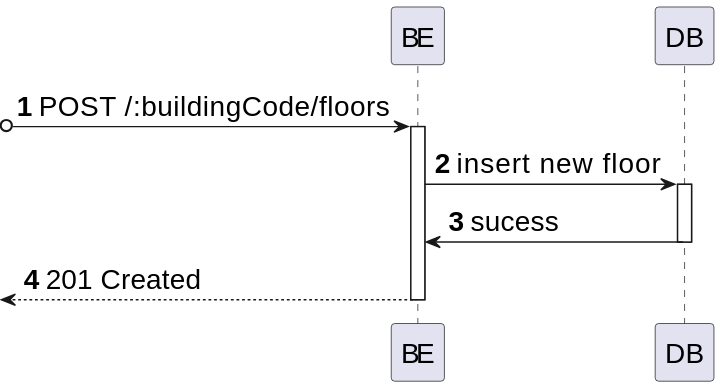
miseEnPlace-dev/lapr5 keeps this PlantUML diagram as _wiki/sprint-a/us05-190/views/level-3/assets/process-view.svg. Above is the earlier version.
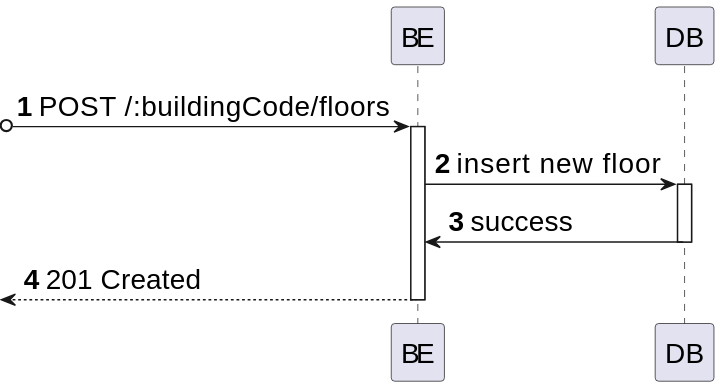
Above is the later version.

What changed in the source:
```diff
@@ -10,7 +10,7 @@
 BE -> DB : insert new floor
 activate DB
 
-DB -> BE : sucess
+DB -> BE : success
 deactivate DB
 
 <-- BE : 201 Created
```
